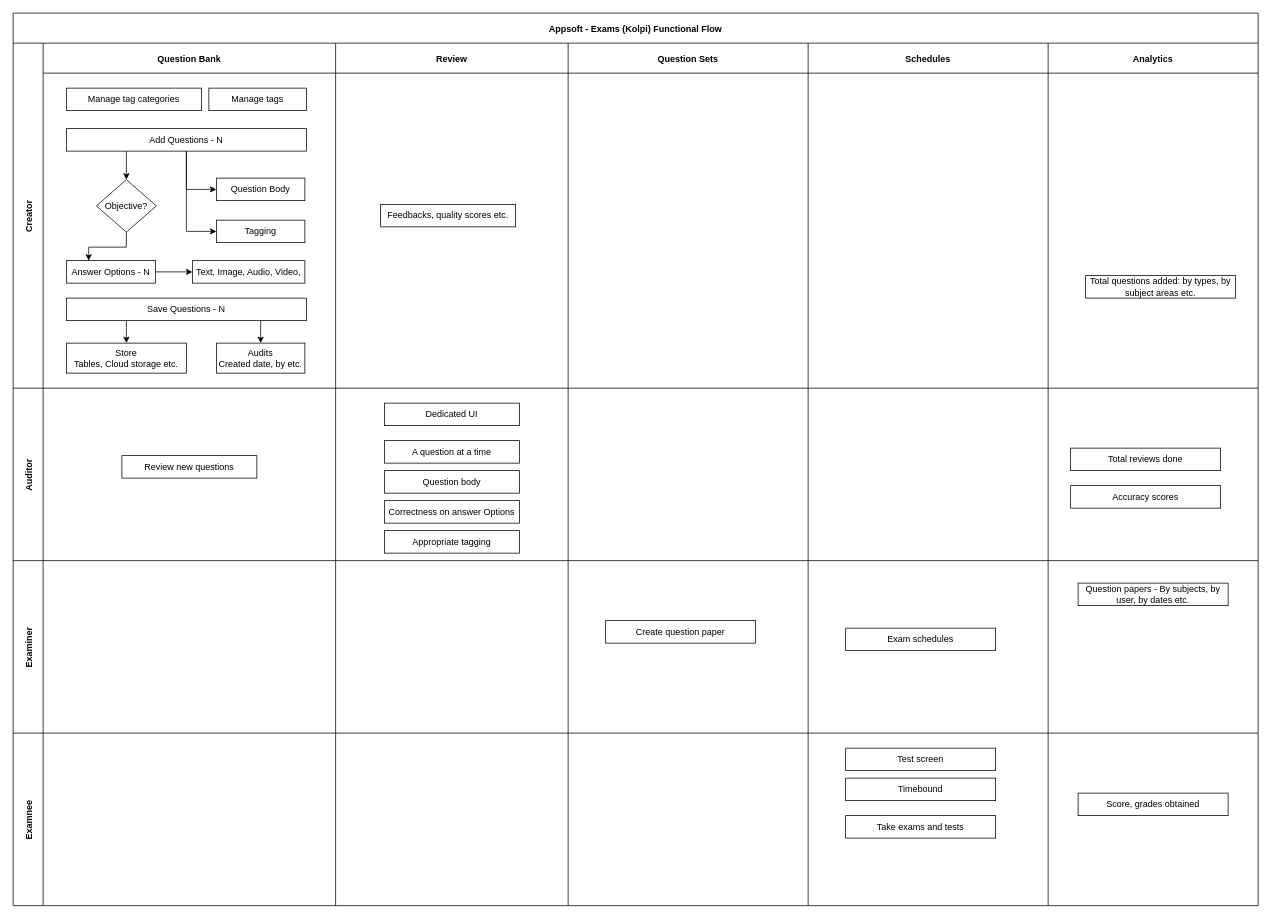
Before: Src/Kolpi/wwwroot/ref/Kolpi functional architecture.drawio in binbsr/Kolpi, a draw.io diagram. Source tidied: cells renumbered, new cells numbered last; positions are measured from the earlier drawing's top-left corner, leaving out a move shared by most shapes. Both pictures are drawn from the tidied source at 75%, with x=0, y=0 at pixel (13, 13).
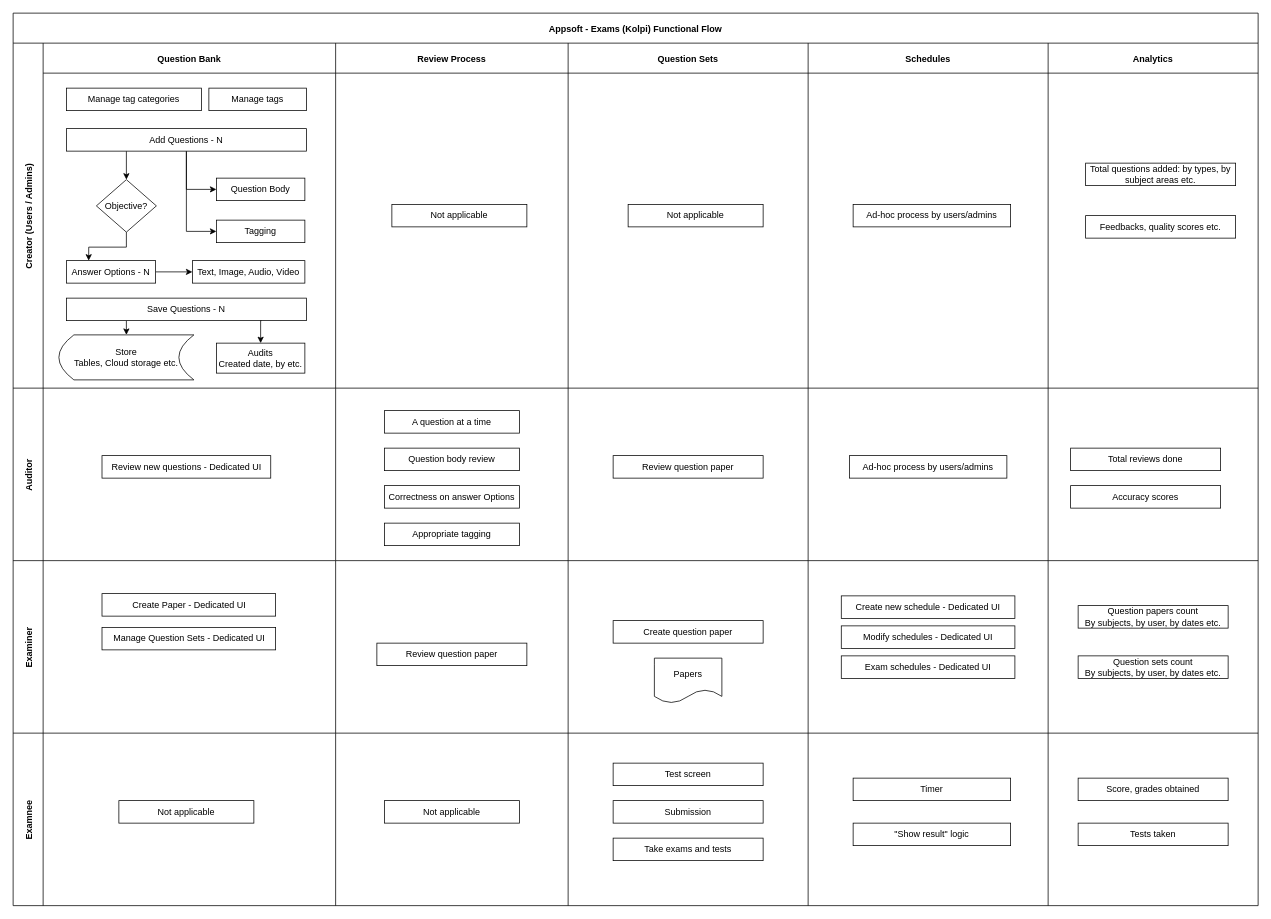
Above is the later version.

Unchanged cells that the change refers to:
```xml
<mxCell id="2" value="Appsoft - Exams (Kolpi) Functional Flow" style="shape=table;childLayout=tableLayout;startSize=40;fillColor=none;fontStyle=1;" parent="1" vertex="1">
  <mxGeometry width="1660" height="1190" as="geometry" />
</mxCell>
<mxCell id="4" value="Question Bank" style="swimlane;swimlaneHead=0;swimlaneBody=0;fillColor=none;startSize=40;fontStyle=1;" parent="3" vertex="1">
  <mxGeometry x="40" width="390" height="460" as="geometry" />
</mxCell>
<mxCell id="25" value="Question Sets" style="swimlane;swimlaneHead=0;swimlaneBody=0;fillColor=none;startSize=40;fontStyle=1;" parent="3" vertex="1">
  <mxGeometry x="740" width="320" height="460" as="geometry" />
</mxCell>
<mxCell id="26" value="Schedules" style="swimlane;swimlaneHead=0;swimlaneBody=0;fillColor=none;startSize=40;fontStyle=1;" parent="3" vertex="1">
  <mxGeometry x="1060" width="320" height="460" as="geometry" />
</mxCell>
<mxCell id="27" value="Analytics" style="swimlane;swimlaneHead=0;swimlaneBody=0;fillColor=none;startSize=40;fontStyle=1;" parent="3" vertex="1">
  <mxGeometry x="1380" width="280" height="460" as="geometry" />
</mxCell>
<mxCell id="30" style="swimlane;swimlaneHead=0;swimlaneBody=0;fillColor=none;startSize=0;fontStyle=1;" parent="29" vertex="1">
  <mxGeometry x="40" width="390" height="230" as="geometry" />
</mxCell>
<mxCell id="32" style="swimlane;swimlaneHead=0;swimlaneBody=0;fillColor=none;startSize=0;fontStyle=1;" parent="29" vertex="1">
  <mxGeometry x="430" width="310" height="230" as="geometry" />
</mxCell>
<mxCell id="38" style="swimlane;swimlaneHead=0;swimlaneBody=0;fillColor=none;startSize=0;fontStyle=1;" parent="29" vertex="1">
  <mxGeometry x="740" width="320" height="230" as="geometry" />
</mxCell>
<mxCell id="39" style="swimlane;swimlaneHead=0;swimlaneBody=0;fillColor=none;startSize=0;fontStyle=1;" parent="29" vertex="1">
  <mxGeometry x="1060" width="320" height="230" as="geometry" />
</mxCell>
<mxCell id="44" style="swimlane;swimlaneHead=0;swimlaneBody=0;fillColor=none;startSize=0;fontStyle=1;" parent="43" vertex="1">
  <mxGeometry x="40" width="390" height="230" as="geometry" />
</mxCell>
<mxCell id="45" style="swimlane;swimlaneHead=0;swimlaneBody=0;fillColor=none;startSize=0;fontStyle=1;" parent="43" vertex="1">
  <mxGeometry x="430" width="310" height="230" as="geometry" />
</mxCell>
<mxCell id="46" style="swimlane;swimlaneHead=0;swimlaneBody=0;fillColor=none;startSize=0;fontStyle=1;" parent="43" vertex="1">
  <mxGeometry x="740" width="320" height="230" as="geometry" />
</mxCell>
<mxCell id="48" style="swimlane;swimlaneHead=0;swimlaneBody=0;fillColor=none;startSize=0;fontStyle=1;" parent="43" vertex="1">
  <mxGeometry x="1060" width="320" height="230" as="geometry" />
</mxCell>
<mxCell id="50" style="swimlane;swimlaneHead=0;swimlaneBody=0;fillColor=none;startSize=0;fontStyle=1;" parent="43" vertex="1">
  <mxGeometry x="1380" width="280" height="230" as="geometry" />
</mxCell>
<mxCell id="53" style="swimlane;swimlaneHead=0;swimlaneBody=0;fillColor=none;startSize=0;fontStyle=1;" parent="52" vertex="1">
  <mxGeometry x="40" width="390" height="230" as="geometry" />
</mxCell>
<mxCell id="54" style="swimlane;swimlaneHead=0;swimlaneBody=0;fillColor=none;startSize=0;fontStyle=1;" parent="52" vertex="1">
  <mxGeometry x="430" width="310" height="230" as="geometry" />
</mxCell>
<mxCell id="55" style="swimlane;swimlaneHead=0;swimlaneBody=0;fillColor=none;startSize=0;fontStyle=1;" parent="52" vertex="1">
  <mxGeometry x="740" width="320" height="230" as="geometry" />
</mxCell>
<mxCell id="56" style="swimlane;swimlaneHead=0;swimlaneBody=0;fillColor=none;startSize=0;fontStyle=1;" parent="52" vertex="1">
  <mxGeometry x="1060" width="320" height="230" as="geometry" />
</mxCell>
<mxCell id="60" style="swimlane;swimlaneHead=0;swimlaneBody=0;fillColor=none;startSize=0;fontStyle=1;" parent="52" vertex="1">
  <mxGeometry x="1380" width="280" height="230" as="geometry" />
</mxCell>
```

Change to the diagram source:
```diff
@@
-    <mxCell id="3" value="Creator" style="shape=tableRow;horizontal=0;swimlaneHead=0;swimlaneBody=0;top=0;left=0;bottom=0;right=0;fillColor=none;startSize=40;fontStyle=1;" parent="2" vertex="1">
+    <mxCell id="3" value="Creator (Users / Admins)" style="shape=tableRow;horizontal=0;swimlaneHead=0;swimlaneBody=0;top=0;left=0;bottom=0;right=0;fillColor=none;startSize=40;fontStyle=1;" parent="2" vertex="1">
       <mxGeometry y="40" width="1660" height="460" as="geometry" />
     </mxCell>
@@
-    <mxCell id="20" value="Store&lt;div&gt;&lt;span style=&quot;background-color: initial;&quot;&gt;Tables, Cloud storage etc.&lt;/span&gt;&lt;/div&gt;" style="rounded=0;whiteSpace=wrap;html=1;" parent="4" vertex="1">
-      <mxGeometry x="31" y="400" width="160" height="40" as="geometry" />
-    </mxCell>
@@
-    <mxCell id="22" value="Text, Image, Audio, Video," style="rounded=0;whiteSpace=wrap;html=1;" parent="4" vertex="1">
+    <mxCell id="22" value="Text, Image, Audio, Video" style="rounded=0;whiteSpace=wrap;html=1;" parent="4" vertex="1">
       <mxGeometry x="199" y="290" width="150" height="30" as="geometry" />
     </mxCell>
+    <mxCell id="20" value="Store&lt;div&gt;&lt;span style=&quot;background-color: initial;&quot;&gt;Tables, Cloud storage etc.&lt;/span&gt;&lt;/div&gt;" style="shape=dataStorage;whiteSpace=wrap;html=1;fixedSize=1;" parent="4" vertex="1">
+      <mxGeometry x="21" y="389" width="180" height="60" as="geometry" />
+    </mxCell>
-    <mxCell id="23" value="Review" style="swimlane;swimlaneHead=0;swimlaneBody=0;fillColor=none;startSize=40;fontStyle=1;" parent="3" vertex="1">
+    <mxCell id="23" value="Review Process" style="swimlane;swimlaneHead=0;swimlaneBody=0;fillColor=none;startSize=40;fontStyle=1;" parent="3" vertex="1">
       <mxGeometry x="430" width="310" height="460" as="geometry" />
     </mxCell>
-    <mxCell id="24" value="Feedbacks, quality scores etc." style="rounded=0;whiteSpace=wrap;html=1;" parent="23" vertex="1">
-      <mxGeometry x="60" y="215" width="180" height="30" as="geometry" />
-    </mxCell>
+    <mxCell id="62" value="Not applicable" style="rounded=0;whiteSpace=wrap;html=1;" parent="23" vertex="1">
+      <mxGeometry x="75" y="215" width="180" height="30" as="geometry" />
+    </mxCell>
@@
+    <mxCell id="63" value="Not applicable" style="rounded=0;whiteSpace=wrap;html=1;" parent="25" vertex="1">
+      <mxGeometry x="80" y="215" width="180" height="30" as="geometry" />
+    </mxCell>
@@
+    <mxCell id="64" value="Ad-hoc process by users/admins" style="rounded=0;whiteSpace=wrap;html=1;" parent="26" vertex="1">
+      <mxGeometry x="60" y="215" width="210" height="30" as="geometry" />
+    </mxCell>
@@
     <mxCell id="28" value="Total questions added: by types, by subject areas etc." style="rounded=0;whiteSpace=wrap;html=1;" parent="27" vertex="1">
-      <mxGeometry x="50" y="310" width="200" height="30" as="geometry" />
+      <mxGeometry x="50" y="160" width="200" height="30" as="geometry" />
     </mxCell>
+    <mxCell id="24" value="Feedbacks, quality scores etc." style="rounded=0;whiteSpace=wrap;html=1;" parent="27" vertex="1">
+      <mxGeometry x="50" y="230" width="200" height="30" as="geometry" />
+    </mxCell>
@@
-    <mxCell id="31" value="Review new questions" style="rounded=0;whiteSpace=wrap;html=1;" parent="30" vertex="1">
-      <mxGeometry x="105" y="90" width="180" height="30" as="geometry" />
+    <mxCell id="31" value="Review new questions - Dedicated UI" style="rounded=0;whiteSpace=wrap;html=1;" parent="30" vertex="1">
+      <mxGeometry x="78.5" y="90" width="225" height="30" as="geometry" />
     </mxCell>
@@
-    <mxCell id="33" value="Dedicated UI" style="rounded=0;whiteSpace=wrap;html=1;" parent="32" vertex="1">
-      <mxGeometry x="65" y="20" width="180" height="30" as="geometry" />
-    </mxCell>
-    <mxCell id="34" value="Question body" style="rounded=0;whiteSpace=wrap;html=1;" parent="32" vertex="1">
-      <mxGeometry x="65" y="110" width="180" height="30" as="geometry" />
+    <mxCell id="34" value="Question body review" style="rounded=0;whiteSpace=wrap;html=1;" parent="32" vertex="1">
+      <mxGeometry x="65" y="80" width="180" height="30" as="geometry" />
     </mxCell>
     <mxCell id="35" value="Correctness on answer Options" style="rounded=0;whiteSpace=wrap;html=1;" parent="32" vertex="1">
-      <mxGeometry x="65" y="150" width="180" height="30" as="geometry" />
+      <mxGeometry x="65" y="130" width="180" height="30" as="geometry" />
     </mxCell>
     <mxCell id="36" value="Appropriate tagging" style="rounded=0;whiteSpace=wrap;html=1;" parent="32" vertex="1">
-      <mxGeometry x="65" y="190" width="180" height="30" as="geometry" />
+      <mxGeometry x="65" y="180" width="180" height="30" as="geometry" />
     </mxCell>
     <mxCell id="37" value="A question at a time" style="rounded=0;whiteSpace=wrap;html=1;" parent="32" vertex="1">
-      <mxGeometry x="65" y="70" width="180" height="30" as="geometry" />
+      <mxGeometry x="65" y="30" width="180" height="30" as="geometry" />
     </mxCell>
@@
+    <mxCell id="65" value="Review question paper" style="rounded=0;whiteSpace=wrap;html=1;" parent="38" vertex="1">
+      <mxGeometry x="60" y="90" width="200" height="30" as="geometry" />
+    </mxCell>
@@
+    <mxCell id="66" value="Ad-hoc process by users/admins" style="rounded=0;whiteSpace=wrap;html=1;" parent="39" vertex="1">
+      <mxGeometry x="55" y="90" width="210" height="30" as="geometry" />
+    </mxCell>
@@
+    <mxCell id="67" value="Create Paper - Dedicated UI" style="rounded=0;whiteSpace=wrap;html=1;" parent="44" vertex="1">
+      <mxGeometry x="78.5" y="44" width="231.5" height="30" as="geometry" />
+    </mxCell>
+    <mxCell id="68" value="Manage Question Sets - Dedicated UI" style="rounded=0;whiteSpace=wrap;html=1;" parent="44" vertex="1">
+      <mxGeometry x="78.5" y="89" width="231.5" height="30" as="geometry" />
+    </mxCell>
@@
+    <mxCell id="69" value="Review question paper" style="rounded=0;whiteSpace=wrap;html=1;" parent="45" vertex="1">
+      <mxGeometry x="55" y="110" width="200" height="30" as="geometry" />
+    </mxCell>
@@
     <mxCell id="47" value="Create question paper" style="rounded=0;whiteSpace=wrap;html=1;" parent="46" vertex="1">
-      <mxGeometry x="50" y="80" width="200" height="30" as="geometry" />
+      <mxGeometry x="60" y="80" width="200" height="30" as="geometry" />
     </mxCell>
+    <mxCell id="70" value="Papers" style="shape=document;whiteSpace=wrap;html=1;boundedLbl=1;" parent="46" vertex="1">
+      <mxGeometry x="115" y="130" width="90" height="60" as="geometry" />
+    </mxCell>
@@
-    <mxCell id="49" value="Exam schedules" style="rounded=0;whiteSpace=wrap;html=1;" parent="48" vertex="1">
-      <mxGeometry x="50" y="90" width="200" height="30" as="geometry" />
-    </mxCell>
+    <mxCell id="71" value="Exam schedules - Dedicated UI" style="rounded=0;whiteSpace=wrap;html=1;" parent="48" vertex="1">
+      <mxGeometry x="44.2" y="127" width="231.5" height="30" as="geometry" />
+    </mxCell>
+    <mxCell id="72" value="Create new schedule - Dedicated UI" style="rounded=0;whiteSpace=wrap;html=1;" parent="48" vertex="1">
+      <mxGeometry x="44.2" y="47" width="231.5" height="30" as="geometry" />
+    </mxCell>
+    <mxCell id="73" value="Modify schedules - Dedicated UI" style="rounded=0;whiteSpace=wrap;html=1;" parent="48" vertex="1">
+      <mxGeometry x="44.2" y="87" width="231.5" height="30" as="geometry" />
+    </mxCell>
@@
-    <mxCell id="51" value="Question papers - By subjects, by user, by dates etc." style="rounded=0;whiteSpace=wrap;html=1;" parent="50" vertex="1">
-      <mxGeometry x="40" y="30" width="200" height="30" as="geometry" />
+    <mxCell id="51" value="Question papers count&lt;div&gt;By subjects, by user, by dates etc.&lt;/div&gt;" style="rounded=0;whiteSpace=wrap;html=1;" parent="50" vertex="1">
+      <mxGeometry x="40" y="60" width="200" height="30" as="geometry" />
     </mxCell>
+    <mxCell id="74" value="Question sets count&lt;div&gt;By subjects, by user, by dates etc.&lt;/div&gt;" style="rounded=0;whiteSpace=wrap;html=1;" parent="50" vertex="1">
+      <mxGeometry x="40" y="127" width="200" height="30" as="geometry" />
+    </mxCell>
@@
+    <mxCell id="75" value="Not applicable" style="rounded=0;whiteSpace=wrap;html=1;" parent="53" vertex="1">
+      <mxGeometry x="101" y="90" width="180" height="30" as="geometry" />
+    </mxCell>
@@
+    <mxCell id="76" value="Not applicable" style="rounded=0;whiteSpace=wrap;html=1;" parent="54" vertex="1">
+      <mxGeometry x="65" y="90" width="180" height="30" as="geometry" />
+    </mxCell>
@@
+    <mxCell id="58" value="Test screen" style="rounded=0;whiteSpace=wrap;html=1;" parent="55" vertex="1">
+      <mxGeometry x="60" y="40" width="200" height="30" as="geometry" />
+    </mxCell>
+    <mxCell id="57" value="Take exams and tests" style="rounded=0;whiteSpace=wrap;html=1;" parent="55" vertex="1">
+      <mxGeometry x="60" y="140" width="200" height="30" as="geometry" />
+    </mxCell>
+    <mxCell id="77" value="Submission" style="rounded=0;whiteSpace=wrap;html=1;" parent="55" vertex="1">
+      <mxGeometry x="60" y="90" width="200" height="30" as="geometry" />
+    </mxCell>
@@
-    <mxCell id="57" value="Take exams and tests" style="rounded=0;whiteSpace=wrap;html=1;" parent="56" vertex="1">
-      <mxGeometry x="50" y="110" width="200" height="30" as="geometry" />
-    </mxCell>
-    <mxCell id="58" value="Test screen" style="rounded=0;whiteSpace=wrap;html=1;" parent="56" vertex="1">
-      <mxGeometry x="50" y="20" width="200" height="30" as="geometry" />
-    </mxCell>
-    <mxCell id="59" value="Timebound" style="rounded=0;whiteSpace=wrap;html=1;" parent="56" vertex="1">
-      <mxGeometry x="50" y="60" width="200" height="30" as="geometry" />
+    <mxCell id="59" value="Timer" style="rounded=0;whiteSpace=wrap;html=1;" parent="56" vertex="1">
+      <mxGeometry x="60" y="60" width="210" height="30" as="geometry" />
     </mxCell>
+    <mxCell id="78" value="&quot;Show result&quot; logic" style="rounded=0;whiteSpace=wrap;html=1;" parent="56" vertex="1">
+      <mxGeometry x="60" y="120" width="210" height="30" as="geometry" />
+    </mxCell>
@@
     <mxCell id="61" value="Score, grades obtained" style="rounded=0;whiteSpace=wrap;html=1;" parent="60" vertex="1">
-      <mxGeometry x="40" y="80" width="200" height="30" as="geometry" />
+      <mxGeometry x="40" y="60" width="200" height="30" as="geometry" />
     </mxCell>
+    <mxCell id="79" value="Tests taken" style="rounded=0;whiteSpace=wrap;html=1;" parent="60" vertex="1">
+      <mxGeometry x="40" y="120" width="200" height="30" as="geometry" />
+    </mxCell>
```
